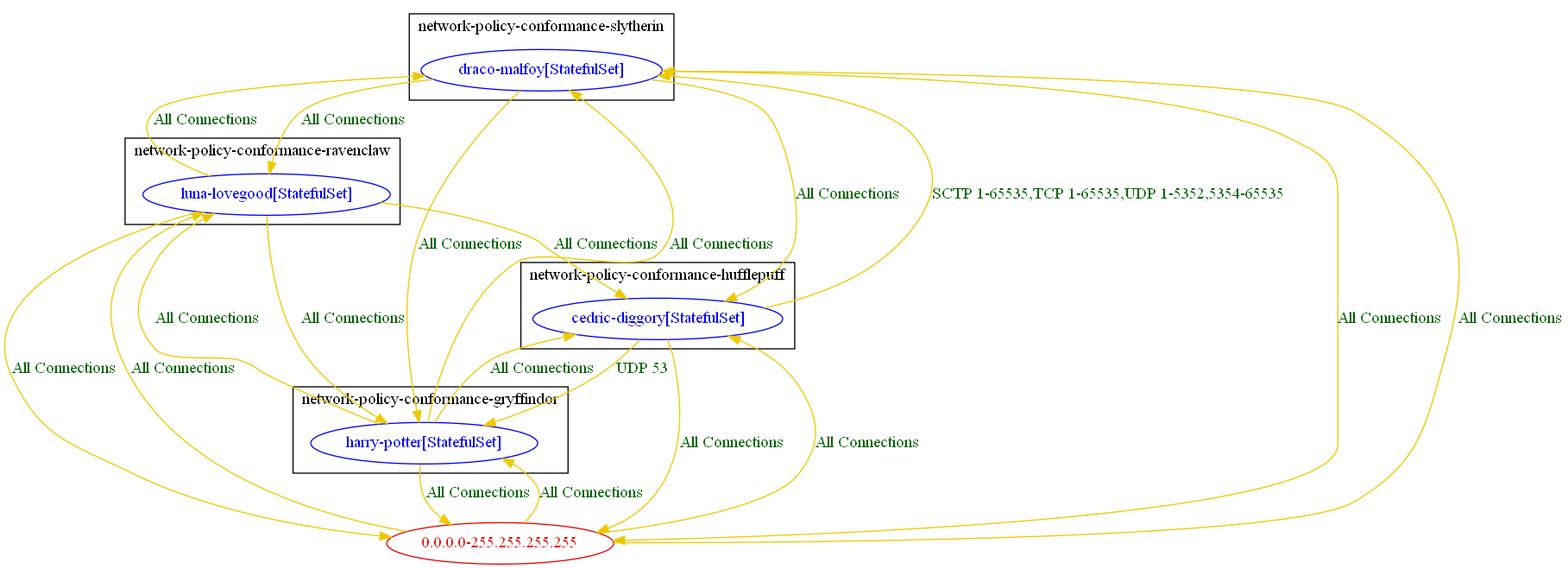
The Graphviz diagram test_outputs/connlist/banp_test_core_egress_udp_swapping_rules_connlist_output.dot.png in np-guard/netpol-analyzer, before a commit. Its source is kept beside it as test_outputs/connlist/banp_test_core_egress_udp_swapping_rules_connlist_output.dot.
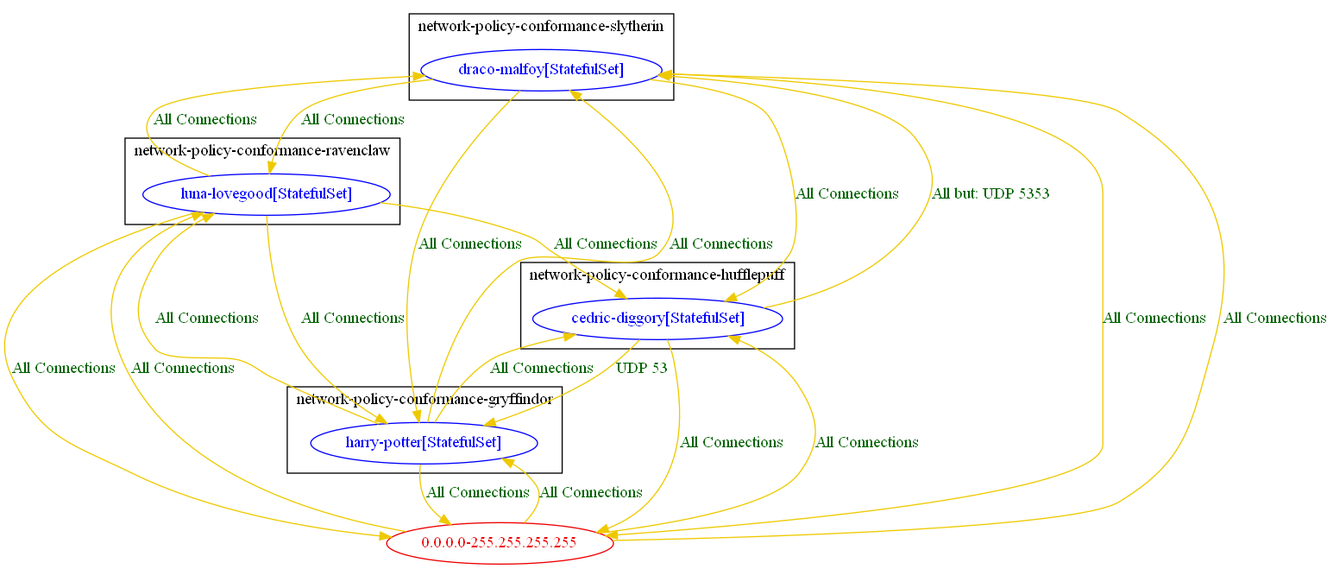
The same file after the commit.

Change to the diagram source:
```diff
@@ -34,7 +34,7 @@
 	"network-policy-conformance-gryffindor/harry-potter[StatefulSet]" -> "network-policy-conformance-slytherin/draco-malfoy[StatefulSet]" [label="All Connections" color="gold2" fontcolor="darkgreen" weight=0.5]
 	"network-policy-conformance-hufflepuff/cedric-diggory[StatefulSet]" -> "0.0.0.0-255.255.255.255" [label="All Connections" color="gold2" fontcolor="darkgreen" weight=1]
 	"network-policy-conformance-hufflepuff/cedric-diggory[StatefulSet]" -> "network-policy-conformance-gryffindor/harry-potter[StatefulSet]" [label="UDP 53" color="gold2" fontcolor="darkgreen" weight=1]
-	"network-policy-conformance-hufflepuff/cedric-diggory[StatefulSet]" -> "network-policy-conformance-slytherin/draco-malfoy[StatefulSet]" [label="SCTP 1-65535,TCP 1-65535,UDP 1-5352,5354-65535" color="gold2" fontcolor="darkgreen" weight=0.5]
+	"network-policy-conformance-hufflepuff/cedric-diggory[StatefulSet]" -> "network-policy-conformance-slytherin/draco-malfoy[StatefulSet]" [label="All but: UDP 5353" color="gold2" fontcolor="darkgreen" weight=0.5]
 	"network-policy-conformance-ravenclaw/luna-lovegood[StatefulSet]" -> "0.0.0.0-255.255.255.255" [label="All Connections" color="gold2" fontcolor="darkgreen" weight=1]
 	"network-policy-conformance-ravenclaw/luna-lovegood[StatefulSet]" -> "network-policy-conformance-gryffindor/harry-potter[StatefulSet]" [label="All Connections" color="gold2" fontcolor="darkgreen" weight=1]
 	"network-policy-conformance-ravenclaw/luna-lovegood[StatefulSet]" -> "network-policy-conformance-hufflepuff/cedric-diggory[StatefulSet]" [label="All Connections" color="gold2" fontcolor="darkgreen" weight=1]
```
